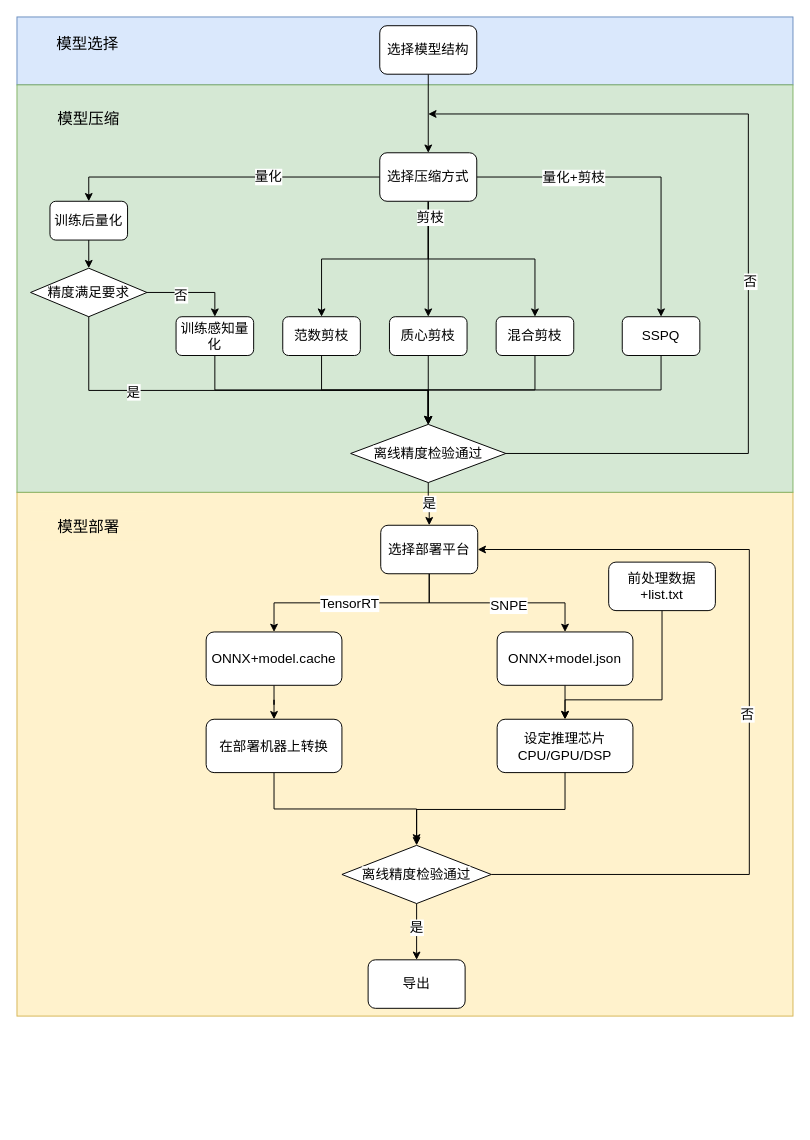
JIANGBOFENG/MY_GIT_Repo keeps this draw.io diagram as 工作流.drawio. Above is the earlier version. Source tidied: cells renumbered, new cells numbered last; positions are measured from the earlier drawing's top-left corner, leaving out a move shared by most shapes. Both pictures are drawn from the tidied source at 97%, with x=0, y=0 at pixel (16, 16).
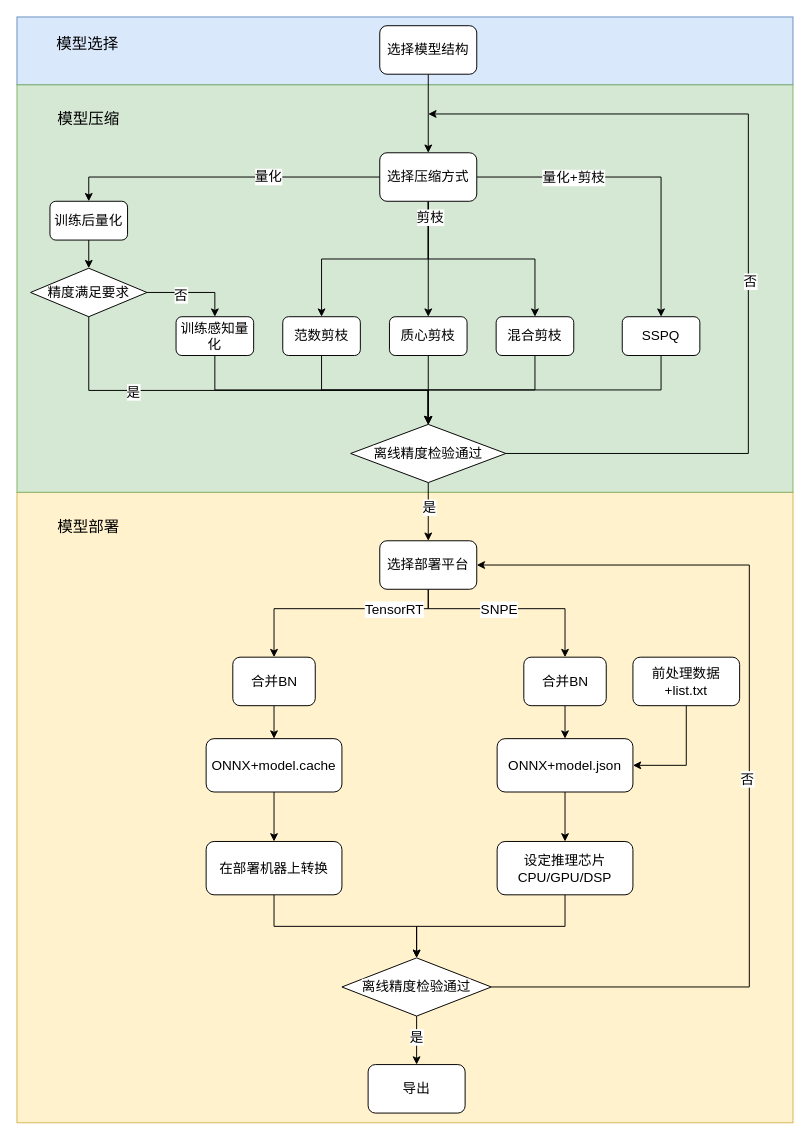
After the change.

Commit message:
更新工作流.drawio

What changed in the source:
```diff
@@
+    <mxCell id="3" style="rounded=0;whiteSpace=wrap;html=1;fillColor=#fff2cc;strokeColor=#d6b656;" parent="1" vertex="1">
+      <mxGeometry y="490" width="800" height="650" as="geometry" />
+    </mxCell>
@@
-    <mxCell id="3" style="rounded=0;whiteSpace=wrap;html=1;fillColor=#fff2cc;strokeColor=#d6b656;" parent="1" vertex="1">
-      <mxGeometry y="490" width="800" height="540" as="geometry" />
-    </mxCell>
@@
-    <mxCell id="28" style="edgeStyle=orthogonalEdgeStyle;rounded=0;jettySize=auto;html=1;exitX=0.5;exitY=1;exitDx=0;exitDy=0;entryX=0.5;entryY=0;entryDx=0;entryDy=0;fontSize=14;" parent="1" edge="1" source="32" target="34">
-      <mxGeometry relative="1" as="geometry" />
+    <mxCell id="28" style="edgeStyle=orthogonalEdgeStyle;rounded=0;jettySize=auto;html=1;exitX=0.5;exitY=1;exitDx=0;exitDy=0;entryX=0.5;entryY=0;entryDx=0;entryDy=0;fontSize=14;" parent="1" edge="1" source="32" target="67">
+      <mxGeometry relative="1" as="geometry">
+        <Array as="points">
+          <mxPoint x="424" y="610" />
+          <mxPoint x="265" y="610" />
+          <mxPoint x="265" y="660" />
+        </Array>
+      </mxGeometry>
     </mxCell>
     <mxCell id="29" value="TensorRT" style="edgeLabel;html=1;align=center;verticalAlign=middle;fontSize=14;" parent="28" vertex="1">
-      <mxGeometry x="0.03" relative="1" as="geometry" />
+      <mxGeometry x="0.03" relative="1" as="geometry">
+        <mxPoint x="62" as="offset" />
+      </mxGeometry>
     </mxCell>
-    <mxCell id="30" style="edgeStyle=orthogonalEdgeStyle;rounded=0;jettySize=auto;html=1;exitX=0.5;exitY=1;exitDx=0;exitDy=0;entryX=0.5;entryY=0;entryDx=0;entryDy=0;fontSize=14;" parent="1" edge="1" source="32" target="36">
-      <mxGeometry relative="1" as="geometry" />
-    </mxCell>
+    <mxCell id="61" style="edgeStyle=orthogonalEdgeStyle;rounded=0;jettySize=auto;html=1;exitX=0.5;exitY=1;exitDx=0;exitDy=0;entryX=0.5;entryY=0;entryDx=0;entryDy=0;" parent="1" edge="1" source="32" target="65">
+      <mxGeometry relative="1" as="geometry">
+        <Array as="points">
+          <mxPoint x="424" y="610" />
+          <mxPoint x="565" y="610" />
+        </Array>
+      </mxGeometry>
+    </mxCell>
-    <mxCell id="31" value="SNPE" style="edgeLabel;html=1;align=center;verticalAlign=middle;fontSize=14;" parent="30" vertex="1">
-      <mxGeometry x="0.11" y="-2" relative="1" as="geometry" />
+    <mxCell id="31" value="&lt;font style=&quot;font-size: 14px;&quot;&gt;SNPE&lt;/font&gt;" style="edgeLabel;html=1;align=center;verticalAlign=middle;" parent="61" vertex="1">
+      <mxGeometry x="-0.13" relative="1" as="geometry" />
     </mxCell>
     <mxCell id="32" value="选择部署平台" style="rounded=1;whiteSpace=wrap;html=1;fontSize=14;" parent="1" vertex="1">
-      <mxGeometry x="375" y="524" width="100" height="50" as="geometry" />
+      <mxGeometry x="374" y="540" width="100" height="50" as="geometry" />
     </mxCell>
@@
     <mxCell id="34" value="ONNX+model.cache" style="rounded=1;whiteSpace=wrap;html=1;fontSize=14;" parent="1" vertex="1">
-      <mxGeometry x="195" y="634" width="140" height="55" as="geometry" />
+      <mxGeometry x="195" y="744" width="140" height="55" as="geometry" />
     </mxCell>
@@
     <mxCell id="36" value="ONNX+model.json" style="rounded=1;whiteSpace=wrap;html=1;fontSize=14;" parent="1" vertex="1">
-      <mxGeometry x="495" y="634" width="140" height="55" as="geometry" />
+      <mxGeometry x="495" y="744" width="140" height="55" as="geometry" />
     </mxCell>
-    <mxCell id="37" style="edgeStyle=orthogonalEdgeStyle;rounded=0;jettySize=auto;html=1;entryX=0.5;entryY=0;entryDx=0;entryDy=0;fontSize=14;" parent="1" edge="1" source="38" target="42">
-      <mxGeometry relative="1" as="geometry">
-        <Array as="points">
-          <mxPoint x="665" y="704" />
-          <mxPoint x="565" y="704" />
-        </Array>
-      </mxGeometry>
-    </mxCell>
+    <mxCell id="62" style="edgeStyle=orthogonalEdgeStyle;rounded=0;jettySize=auto;html=1;exitX=0.5;exitY=1;exitDx=0;exitDy=0;entryX=1;entryY=0.5;entryDx=0;entryDy=0;" parent="1" edge="1" source="38" target="36">
+      <mxGeometry relative="1" as="geometry" />
+    </mxCell>
     <mxCell id="38" value="前处理数据+list.txt" style="rounded=1;whiteSpace=wrap;html=1;fontSize=14;" parent="1" vertex="1">
-      <mxGeometry x="610" y="562" width="110" height="50" as="geometry" />
+      <mxGeometry x="635" y="660" width="110" height="50" as="geometry" />
     </mxCell>
@@
     <mxCell id="40" value="在部署机器上转换" style="rounded=1;whiteSpace=wrap;html=1;fontSize=14;" parent="1" vertex="1">
-      <mxGeometry x="195" y="724" width="140" height="55" as="geometry" />
+      <mxGeometry x="195" y="850" width="140" height="55" as="geometry" />
     </mxCell>
-    <mxCell id="41" style="edgeStyle=orthogonalEdgeStyle;rounded=0;orthogonalLoop=1;jettySize=auto;html=1;exitX=0.5;exitY=1;exitDx=0;exitDy=0;entryX=0.5;entryY=0;entryDx=0;entryDy=0;fontSize=14;" parent="1" edge="1">
-      <mxGeometry relative="1" as="geometry">
-        <mxPoint x="565" y="776" as="sourcePoint" />
-        <mxPoint x="412" y="851" as="targetPoint" />
-        <Array as="points">
-          <mxPoint x="565" y="817" />
-          <mxPoint x="412" y="817" />
-        </Array>
-      </mxGeometry>
-    </mxCell>
+    <mxCell id="63" style="edgeStyle=orthogonalEdgeStyle;rounded=0;jettySize=auto;html=1;exitX=0.5;exitY=1;exitDx=0;exitDy=0;entryX=0.5;entryY=0;entryDx=0;entryDy=0;" parent="1" edge="1" source="42" target="52">
+      <mxGeometry relative="1" as="geometry" />
+    </mxCell>
     <mxCell id="42" value="设定推理芯片&lt;br style=&quot;font-size: 14px;&quot;&gt;CPU/GPU/DSP" style="rounded=1;whiteSpace=wrap;html=1;fontSize=14;" parent="1" vertex="1">
-      <mxGeometry x="495" y="724" width="140" height="55" as="geometry" />
+      <mxGeometry x="495" y="850" width="140" height="55" as="geometry" />
     </mxCell>
@@
     <mxCell id="50" style="edgeStyle=orthogonalEdgeStyle;rounded=0;jettySize=auto;html=1;exitX=1;exitY=0.5;exitDx=0;exitDy=0;entryX=1;entryY=0.5;entryDx=0;entryDy=0;fontSize=14;" parent="1" edge="1" source="52" target="32">
       <mxGeometry relative="1" as="geometry">
         <Array as="points">
-          <mxPoint x="755" y="884" />
-          <mxPoint x="755" y="549" />
+          <mxPoint x="755" y="1000" />
+          <mxPoint x="755" y="565" />
         </Array>
       </mxGeometry>
     </mxCell>
@@
     <mxCell id="52" value="&lt;font style=&quot;font-size: 14px;&quot;&gt;&lt;span style=&quot;color: rgb(0, 0, 0); font-family: Helvetica; font-style: normal; font-variant-ligatures: normal; font-variant-caps: normal; font-weight: 400; letter-spacing: normal; orphans: 2; text-align: center; text-indent: 0px; text-transform: none; widows: 2; word-spacing: 0px; -webkit-text-stroke-width: 0px; background-color: rgb(255, 255, 255); text-decoration-thickness: initial; text-decoration-style: initial; text-decoration-color: initial; float: none; font-size: 14px; display: inline !important;&quot;&gt;离线精度检验通过&lt;/span&gt;&lt;br style=&quot;font-size: 14px;&quot;&gt;&lt;/font&gt;" style="rhombus;whiteSpace=wrap;html=1;fontSize=14;" parent="1" vertex="1">
-      <mxGeometry x="335" y="854" width="154" height="60" as="geometry" />
+      <mxGeometry x="335" y="970" width="154" height="60" as="geometry" />
     </mxCell>
     <mxCell id="53" value="导出" style="rounded=1;whiteSpace=wrap;html=1;fontSize=14;" parent="1" vertex="1">
-      <mxGeometry x="362" y="972" width="100" height="50" as="geometry" />
+      <mxGeometry x="362" y="1080" width="100" height="50" as="geometry" />
     </mxCell>
@@
+    <mxCell id="64" style="edgeStyle=orthogonalEdgeStyle;rounded=0;jettySize=auto;html=1;exitX=0.5;exitY=1;exitDx=0;exitDy=0;entryX=0.5;entryY=0;entryDx=0;entryDy=0;" parent="1" edge="1" source="65" target="36">
+      <mxGeometry relative="1" as="geometry" />
+    </mxCell>
+    <mxCell id="65" value="合并BN" style="rounded=1;whiteSpace=wrap;html=1;fontSize=14;" parent="1" vertex="1">
+      <mxGeometry x="522.5" y="660" width="85" height="50" as="geometry" />
+    </mxCell>
+    <mxCell id="66" style="edgeStyle=orthogonalEdgeStyle;rounded=0;jettySize=auto;html=1;exitX=0.5;exitY=1;exitDx=0;exitDy=0;entryX=0.5;entryY=0;entryDx=0;entryDy=0;" parent="1" edge="1" source="67" target="34">
+      <mxGeometry relative="1" as="geometry" />
+    </mxCell>
+    <mxCell id="67" value="合并BN" style="rounded=1;whiteSpace=wrap;html=1;fontSize=14;" parent="1" vertex="1">
+      <mxGeometry x="222.5" y="660" width="85" height="50" as="geometry" />
+    </mxCell>
```
